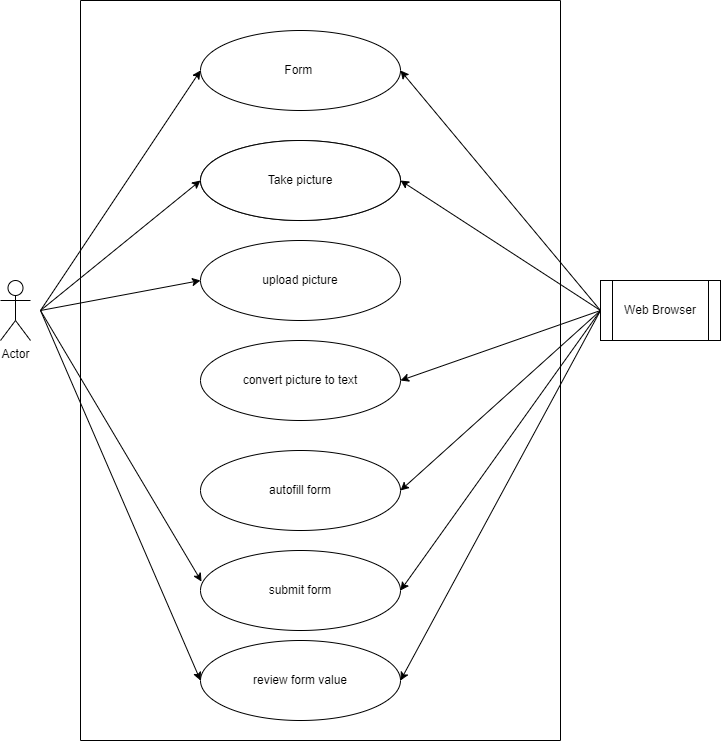
Before: src/assets/img/usecase.png, a diagram exported from draw.io (charith-B/AutofillForm). Source tidied: cells renumbered, new cells last; positions are measured from the earlier drawing's top-left corner, leaving out a move shared by most shapes.
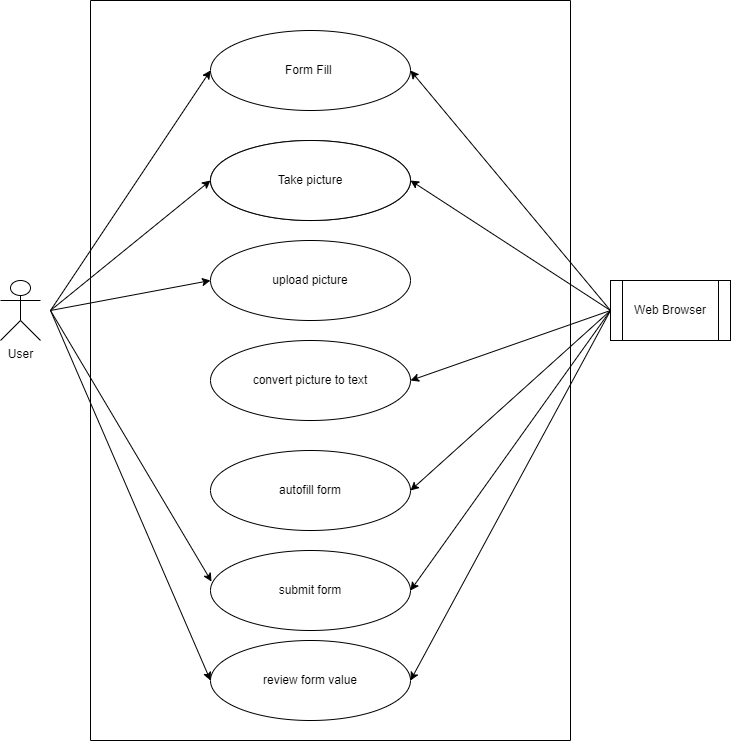
After the commit.

Diff of the diagram source:
```diff
@@ -2,8 +2,8 @@
   <root>
     <mxCell id="0" />
     <mxCell id="1" parent="0" />
-    <mxCell id="2" value="Actor" style="shape=umlActor;verticalLabelPosition=bottom;verticalAlign=top;html=1;" parent="1" vertex="1">
-      <mxGeometry y="280" width="30" height="60" as="geometry" />
+    <mxCell id="2" value="User" style="shape=umlActor;verticalLabelPosition=bottom;verticalAlign=top;html=1;" parent="1" vertex="1">
+      <mxGeometry x="-10" y="280" width="40" height="60" as="geometry" />
     </mxCell>
     <mxCell id="3" value="Web Browser" style="shape=process;whiteSpace=wrap;html=1;backgroundOutline=1;" parent="1" vertex="1">
       <mxGeometry x="600" y="280" width="120" height="60" as="geometry" />
@@ -11,7 +11,7 @@
     <mxCell id="4" style="swimlane;startSize=0;" parent="1" vertex="1">
       <mxGeometry x="80" width="480" height="740" as="geometry" />
     </mxCell>
-    <mxCell id="5" value="Form&amp;nbsp;" style="ellipse;whiteSpace=wrap;html=1;" parent="4" vertex="1">
+    <mxCell id="5" value="Form Fill&amp;nbsp;" style="ellipse;whiteSpace=wrap;html=1;" parent="4" vertex="1">
       <mxGeometry x="120" y="30" width="200" height="80" as="geometry" />
     </mxCell>
     <mxCell id="6" style="ellipse;whiteSpace=wrap;html=1;" parent="4" vertex="1">
```
